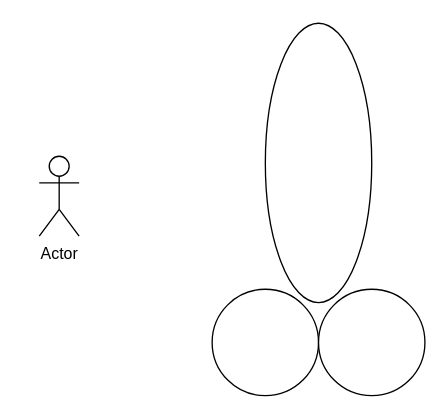
The draw.io diagram Molitio.drawio in jearsevan101/Molitio, before the edit. Source tidied: cells renumbered, new cells numbered last; positions are measured from the earlier drawing's top-left corner, leaving out a move shared by most shapes. Both pictures are drawn from the tidied source at 133%, with x=0, y=0 at pixel (39, 23).
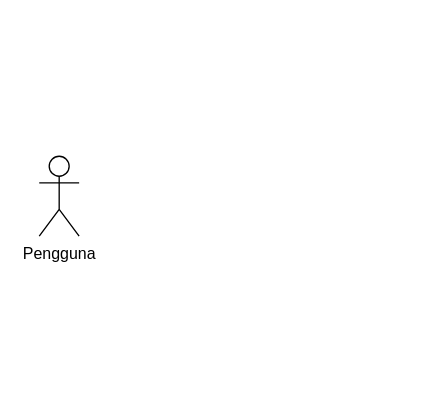
The same page after the edit.

Diff of the diagram source:
```diff
@@
 <mxGraphModel>
   <root>
     <mxCell id="0" />
     <mxCell id="1" parent="0" />
-    <mxCell id="2" value="Actor" style="shape=umlActor;verticalLabelPosition=bottom;verticalAlign=top;html=1;" parent="1" vertex="1">
+    <mxCell id="2" value="Pengguna" style="shape=umlActor;verticalLabelPosition=bottom;verticalAlign=top;html=1;" parent="1" vertex="1">
       <mxGeometry y="100" width="30" height="60" as="geometry" />
     </mxCell>
-    <mxCell id="3" style="ellipse;whiteSpace=wrap;html=1;" parent="1" vertex="1">
-      <mxGeometry x="130" y="200" width="80" height="80" as="geometry" />
-    </mxCell>
-    <mxCell id="4" style="ellipse;whiteSpace=wrap;html=1;" parent="1" vertex="1">
-      <mxGeometry x="210" y="200" width="80" height="80" as="geometry" />
-    </mxCell>
-    <mxCell id="5" style="ellipse;whiteSpace=wrap;html=1;" parent="1" vertex="1">
-      <mxGeometry x="170" width="80" height="210" as="geometry" />
-    </mxCell>
   </root>
 </mxGraphModel>
```
